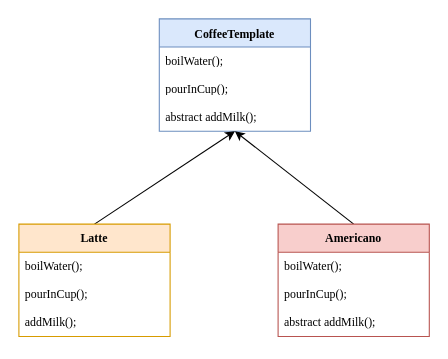
The draw.io diagram DrawIO_file/流程图/模版方法模式.drawio in DingDongZz/typera_PicGO, before the edit. Source tidied: cells renumbered, new cells numbered last; positions are measured from the earlier drawing's top-left corner, leaving out a move shared by most shapes. Both pictures are drawn from the tidied source at 108%, with x=0, y=0 at pixel (18, 18).
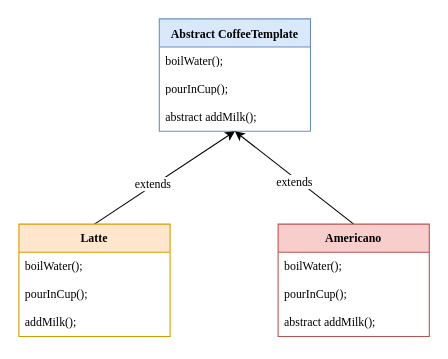
The same page after the edit.

Commit message (it also covers changes not shown here):
更新模版方法模式.drawio

Diff of the diagram source:
```diff
@@
 <mxGraphModel>
   <root>
     <mxCell id="0" />
     <mxCell id="1" parent="0" />
-    <mxCell id="2" value="&lt;p class=&quot;p1&quot; style=&quot;margin: 0px; font-variant-numeric: normal; font-variant-east-asian: normal; font-variant-alternates: normal; font-size-adjust: none; font-kerning: auto; font-optical-sizing: auto; font-feature-settings: normal; font-variation-settings: normal; font-variant-position: normal; font-variant-emoji: normal; font-stretch: normal; line-height: normal; text-align: start;&quot;&gt;&lt;b&gt;CoffeeTemplate&lt;/b&gt;&lt;/p&gt;" style="swimlane;fontStyle=0;horizontal=1;startSize=26;fillColor=#dae8fc;whiteSpace=wrap;html=1;fontFamily=Times New Roman;strokeColor=#6c8ebf;fontSize=11;" parent="1" vertex="1">
+    <mxCell id="2" value="&lt;p style=&quot;margin: 0px; font-variant-numeric: normal; font-variant-east-asian: normal; font-variant-alternates: normal; font-size-adjust: none; font-kerning: auto; font-optical-sizing: auto; font-feature-settings: normal; font-variation-settings: normal; font-variant-position: normal; font-variant-emoji: normal; font-stretch: normal; line-height: normal; text-align: start;&quot; class=&quot;p1&quot;&gt;&lt;b&gt;Abstract CoffeeTemplate&lt;/b&gt;&lt;/p&gt;" style="swimlane;fontStyle=0;horizontal=1;startSize=26;fillColor=#dae8fc;whiteSpace=wrap;html=1;fontFamily=Times New Roman;strokeColor=#6c8ebf;fontSize=11;" parent="1" vertex="1">
       <mxGeometry x="130" width="140" height="104" as="geometry" />
     </mxCell>
-    <mxCell id="3" value="&lt;p class=&quot;p1&quot; style=&quot;margin: 0px; font-variant-numeric: normal; font-variant-east-asian: normal; font-variant-alternates: normal; font-size-adjust: none; font-kerning: auto; font-optical-sizing: auto; font-feature-settings: normal; font-variation-settings: normal; font-variant-position: normal; font-variant-emoji: normal; font-stretch: normal; line-height: normal;&quot;&gt;boilWater();&lt;/p&gt;" style="text;strokeColor=none;fillColor=none;align=left;verticalAlign=top;spacingLeft=4;spacingRight=4;overflow=hidden;whiteSpace=wrap;html=1;fontColor=default;fontFamily=Times New Roman;fontSize=11;" parent="2" vertex="1">
+    <mxCell id="3" value="&lt;p style=&quot;margin: 0px; font-variant-numeric: normal; font-variant-east-asian: normal; font-variant-alternates: normal; font-size-adjust: none; font-kerning: auto; font-optical-sizing: auto; font-feature-settings: normal; font-variation-settings: normal; font-variant-position: normal; font-variant-emoji: normal; font-stretch: normal; line-height: normal;&quot; class=&quot;p1&quot;&gt;boilWater();&lt;/p&gt;" style="text;strokeColor=none;fillColor=none;align=left;verticalAlign=top;spacingLeft=4;spacingRight=4;overflow=hidden;whiteSpace=wrap;html=1;fontColor=default;fontFamily=Times New Roman;fontSize=11;" parent="2" vertex="1">
       <mxGeometry y="26" width="140" height="26" as="geometry" />
     </mxCell>
-    <mxCell id="4" value="&lt;p class=&quot;p1&quot; style=&quot;margin: 0px; font-variant-numeric: normal; font-variant-east-asian: normal; font-variant-alternates: normal; font-size-adjust: none; font-kerning: auto; font-optical-sizing: auto; font-feature-settings: normal; font-variation-settings: normal; font-variant-position: normal; font-variant-emoji: normal; font-stretch: normal; line-height: normal;&quot;&gt;pourInCup();&lt;/p&gt;" style="text;strokeColor=none;fillColor=none;align=left;verticalAlign=top;spacingLeft=4;spacingRight=4;overflow=hidden;whiteSpace=wrap;html=1;fontColor=default;fontFamily=Times New Roman;fontSize=11;" parent="2" vertex="1">
+    <mxCell id="4" value="&lt;p style=&quot;margin: 0px; font-variant-numeric: normal; font-variant-east-asian: normal; font-variant-alternates: normal; font-size-adjust: none; font-kerning: auto; font-optical-sizing: auto; font-feature-settings: normal; font-variation-settings: normal; font-variant-position: normal; font-variant-emoji: normal; font-stretch: normal; line-height: normal;&quot; class=&quot;p1&quot;&gt;pourInCup();&lt;/p&gt;" style="text;strokeColor=none;fillColor=none;align=left;verticalAlign=top;spacingLeft=4;spacingRight=4;overflow=hidden;whiteSpace=wrap;html=1;fontColor=default;fontFamily=Times New Roman;fontSize=11;" parent="2" vertex="1">
       <mxGeometry y="52" width="140" height="26" as="geometry" />
     </mxCell>
     <mxCell id="5" value="abstract addMilk();" style="text;strokeColor=none;fillColor=none;align=left;verticalAlign=top;spacingLeft=4;spacingRight=4;overflow=hidden;whiteSpace=wrap;html=1;fontColor=default;fontFamily=Times New Roman;fontSize=11;" parent="2" vertex="1">
       <mxGeometry y="78" width="140" height="26" as="geometry" />
     </mxCell>
     <mxCell id="6" style="rounded=0;jettySize=auto;html=1;entryX=0.5;entryY=1;entryDx=0;entryDy=0;exitX=0.5;exitY=0;exitDx=0;exitDy=0;fontColor=default;fontFamily=Times New Roman;fontSize=11;" parent="1" edge="1" source="7" target="2">
       <mxGeometry relative="1" as="geometry" />
     </mxCell>
+    <mxCell id="16" value="extends" style="edgeLabel;html=1;align=center;verticalAlign=middle;fontFamily=Times New Roman;" parent="6" vertex="1">
+      <mxGeometry x="-0.16" y="2" relative="1" as="geometry" />
+    </mxCell>
     <mxCell id="7" value="&lt;b&gt;Latte&lt;/b&gt;" style="swimlane;fontStyle=0;horizontal=1;startSize=26;fillColor=#ffe6cc;whiteSpace=wrap;html=1;fontFamily=Times New Roman;strokeColor=#d79b00;fontSize=11;" parent="1" vertex="1">
       <mxGeometry y="190" width="140" height="104" as="geometry" />
     </mxCell>
     <mxCell id="8" value="boilWater();" style="text;strokeColor=none;fillColor=none;align=left;verticalAlign=top;spacingLeft=4;spacingRight=4;overflow=hidden;whiteSpace=wrap;html=1;fontColor=default;fontFamily=Times New Roman;fontSize=11;" parent="7" vertex="1">
       <mxGeometry y="26" width="140" height="26" as="geometry" />
     </mxCell>
     <mxCell id="9" value="pourInCup();" style="text;strokeColor=none;fillColor=none;align=left;verticalAlign=top;spacingLeft=4;spacingRight=4;overflow=hidden;whiteSpace=wrap;html=1;fontColor=default;fontFamily=Times New Roman;fontSize=11;" parent="7" vertex="1">
       <mxGeometry y="52" width="140" height="26" as="geometry" />
     </mxCell>
     <mxCell id="10" value="addMilk();" style="text;strokeColor=none;fillColor=none;align=left;verticalAlign=top;spacingLeft=4;spacingRight=4;overflow=hidden;whiteSpace=wrap;html=1;fontColor=default;fontFamily=Times New Roman;fontSize=11;" parent="7" vertex="1">
       <mxGeometry y="78" width="140" height="26" as="geometry" />
     </mxCell>
     <mxCell id="11" style="rounded=0;jettySize=auto;html=1;entryX=0.5;entryY=1;entryDx=0;entryDy=0;exitX=0.5;exitY=0;exitDx=0;exitDy=0;fontColor=default;fontFamily=Times New Roman;fontSize=11;" parent="1" edge="1" source="12" target="2">
       <mxGeometry relative="1" as="geometry" />
     </mxCell>
+    <mxCell id="17" value="extends" style="edgeLabel;html=1;align=center;verticalAlign=middle;fontFamily=Times New Roman;" parent="11" vertex="1">
+      <mxGeometry x="0.21" y="-1" relative="1" as="geometry">
+        <mxPoint x="10" y="13" as="offset" />
+      </mxGeometry>
+    </mxCell>
     <mxCell id="12" value="&lt;b&gt;Americano&lt;/b&gt;" style="swimlane;fontStyle=0;horizontal=1;startSize=26;fillColor=#f8cecc;whiteSpace=wrap;html=1;fontFamily=Times New Roman;strokeColor=#b85450;fontSize=11;" parent="1" vertex="1">
       <mxGeometry x="240" y="190" width="140" height="104" as="geometry" />
     </mxCell>
     <mxCell id="13" value="boilWater();" style="text;strokeColor=none;fillColor=none;align=left;verticalAlign=top;spacingLeft=4;spacingRight=4;overflow=hidden;whiteSpace=wrap;html=1;fontColor=default;fontFamily=Times New Roman;fontSize=11;" parent="12" vertex="1">
       <mxGeometry y="26" width="140" height="26" as="geometry" />
     </mxCell>
     <mxCell id="14" value="pourInCup();" style="text;strokeColor=none;fillColor=none;align=left;verticalAlign=top;spacingLeft=4;spacingRight=4;overflow=hidden;whiteSpace=wrap;html=1;fontColor=default;fontFamily=Times New Roman;fontSize=11;" parent="12" vertex="1">
       <mxGeometry y="52" width="140" height="26" as="geometry" />
     </mxCell>
     <mxCell id="15" value="abstract addMilk();" style="text;strokeColor=none;fillColor=none;align=left;verticalAlign=top;spacingLeft=4;spacingRight=4;overflow=hidden;whiteSpace=wrap;html=1;fontColor=default;fontFamily=Times New Roman;fontSize=11;" parent="12" vertex="1">
       <mxGeometry y="78" width="140" height="26" as="geometry" />
     </mxCell>
   </root>
 </mxGraphModel>
```
